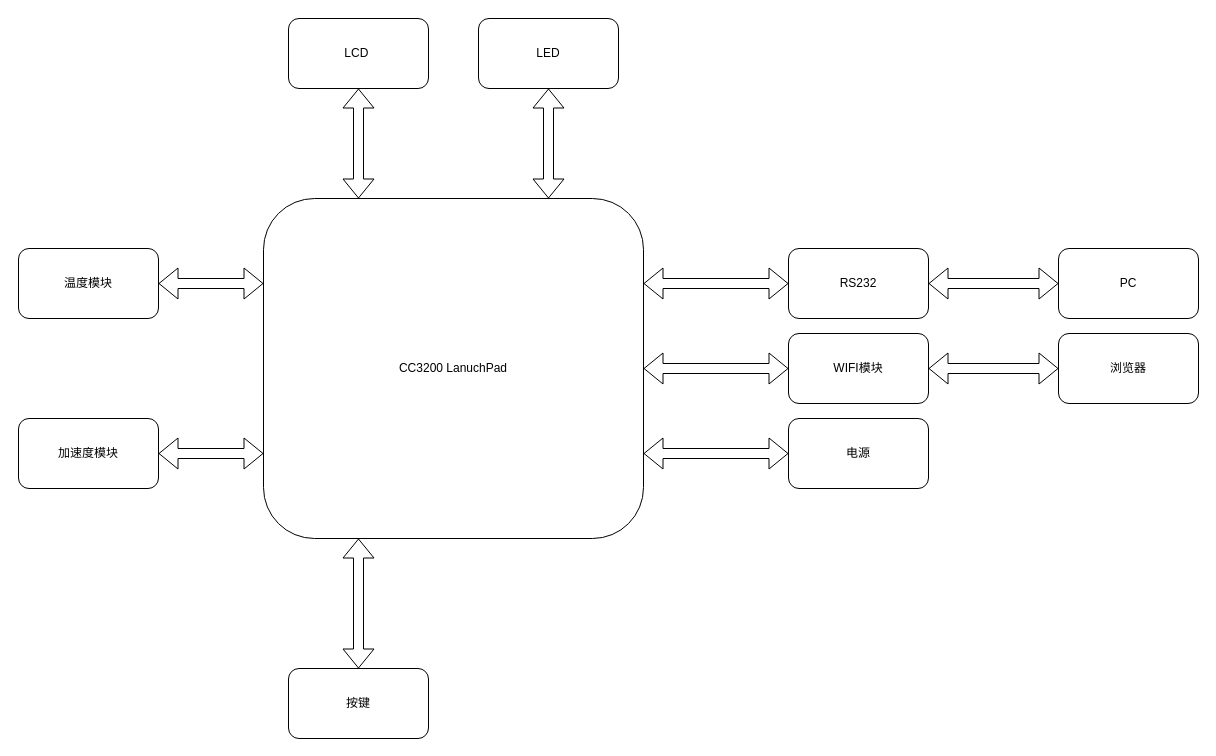
The draw.io diagram Untitled Diagram.drawio in nations-Xiong/image_bed, before the edit. Source tidied: cells renumbered, new cells numbered last; positions are measured from the earlier drawing's top-left corner, leaving out a move shared by most shapes. Both pictures are drawn from the tidied source at 100%, with x=0, y=0 at pixel (18, 18).
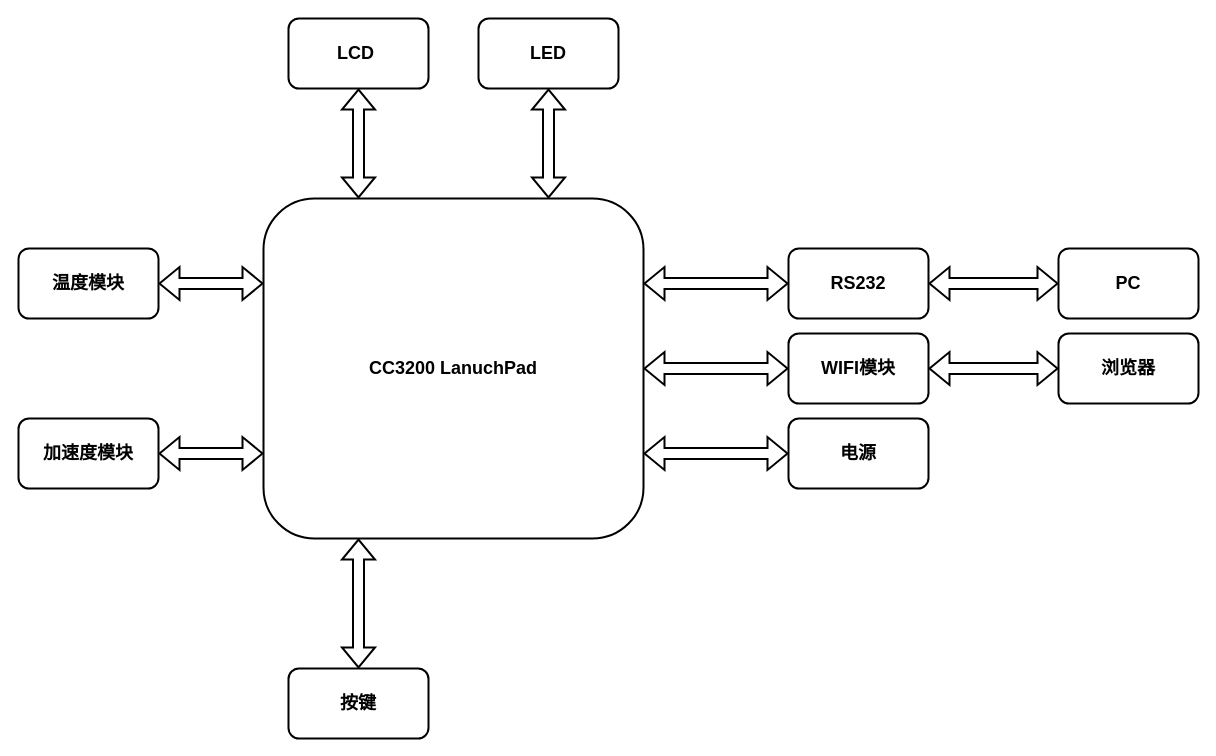
The same page after the edit.

The edit, as a diff of the source:
```diff
@@
-    <mxCell id="2" value="CC3200 LanuchPad" style="rounded=1;whiteSpace=wrap;html=1;direction=west;" parent="1" vertex="1">
+    <mxCell id="2" value="CC3200 LanuchPad" style="rounded=1;whiteSpace=wrap;html=1;direction=west;fontStyle=1;fontSize=18;strokeWidth=2;" parent="1" vertex="1">
       <mxGeometry x="245" y="180" width="380" height="340" as="geometry" />
     </mxCell>
-    <mxCell id="3" value="温度模块" style="rounded=1;whiteSpace=wrap;html=1;" parent="1" vertex="1">
+    <mxCell id="3" value="温度模块" style="rounded=1;whiteSpace=wrap;html=1;fontStyle=1;fontSize=18;strokeWidth=2;" parent="1" vertex="1">
       <mxGeometry y="230" width="140" height="70" as="geometry" />
     </mxCell>
-    <mxCell id="4" value="按键" style="rounded=1;whiteSpace=wrap;html=1;" parent="1" vertex="1">
+    <mxCell id="4" value="按键" style="rounded=1;whiteSpace=wrap;html=1;fontStyle=1;fontSize=18;strokeWidth=2;" parent="1" vertex="1">
       <mxGeometry x="270" y="650" width="140" height="70" as="geometry" />
     </mxCell>
-    <mxCell id="5" value="浏览器" style="rounded=1;whiteSpace=wrap;html=1;" parent="1" vertex="1">
+    <mxCell id="5" value="浏览器" style="rounded=1;whiteSpace=wrap;html=1;fontStyle=1;fontSize=18;strokeWidth=2;" parent="1" vertex="1">
       <mxGeometry x="1040" y="315" width="140" height="70" as="geometry" />
     </mxCell>
-    <mxCell id="6" value="电源" style="rounded=1;whiteSpace=wrap;html=1;" parent="1" vertex="1">
+    <mxCell id="6" value="电源" style="rounded=1;whiteSpace=wrap;html=1;fontStyle=1;fontSize=18;strokeWidth=2;" parent="1" vertex="1">
       <mxGeometry x="770" y="400" width="140" height="70" as="geometry" />
     </mxCell>
-    <mxCell id="7" style="shape=flexArrow;endArrow=classic;startArrow=classic;html=1;rounded=0;entryX=1;entryY=0.75;entryDx=0;entryDy=0;exitX=1;exitY=0.5;exitDx=0;exitDy=0;" parent="1" edge="1" source="3" target="2">
+    <mxCell id="7" style="shape=flexArrow;endArrow=classic;startArrow=classic;html=1;rounded=0;entryX=1;entryY=0.75;entryDx=0;entryDy=0;exitX=1;exitY=0.5;exitDx=0;exitDy=0;fontStyle=1;fontSize=18;strokeWidth=2;" parent="1" edge="1" source="3" target="2">
       <mxGeometry relative="1" as="geometry" />
     </mxCell>
-    <mxCell id="8" value="加速度模块" style="rounded=1;whiteSpace=wrap;html=1;" parent="1" vertex="1">
+    <mxCell id="8" value="加速度模块" style="rounded=1;whiteSpace=wrap;html=1;fontStyle=1;fontSize=18;strokeWidth=2;" parent="1" vertex="1">
       <mxGeometry y="400" width="140" height="70" as="geometry" />
     </mxCell>
-    <mxCell id="9" value="LCD&lt;span style=&quot;white-space: pre&quot;&gt; &lt;/span&gt;" style="rounded=1;whiteSpace=wrap;html=1;" parent="1" vertex="1">
+    <mxCell id="9" value="LCD&lt;span style=&quot;white-space: pre; font-size: 18px;&quot;&gt; &lt;/span&gt;" style="rounded=1;whiteSpace=wrap;html=1;fontStyle=1;fontSize=18;strokeWidth=2;" parent="1" vertex="1">
       <mxGeometry x="270" width="140" height="70" as="geometry" />
     </mxCell>
-    <mxCell id="10" value="LED" style="rounded=1;whiteSpace=wrap;html=1;" parent="1" vertex="1">
+    <mxCell id="10" value="LED" style="rounded=1;whiteSpace=wrap;html=1;fontStyle=1;fontSize=18;strokeWidth=2;" parent="1" vertex="1">
       <mxGeometry x="460" width="140" height="70" as="geometry" />
     </mxCell>
-    <mxCell id="11" value="RS232" style="rounded=1;whiteSpace=wrap;html=1;" parent="1" vertex="1">
+    <mxCell id="11" value="RS232" style="rounded=1;whiteSpace=wrap;html=1;fontStyle=1;fontSize=18;strokeWidth=2;" parent="1" vertex="1">
       <mxGeometry x="770" y="230" width="140" height="70" as="geometry" />
     </mxCell>
-    <mxCell id="12" value="PC" style="rounded=1;whiteSpace=wrap;html=1;" parent="1" vertex="1">
+    <mxCell id="12" value="PC" style="rounded=1;whiteSpace=wrap;html=1;fontStyle=1;fontSize=18;strokeWidth=2;" parent="1" vertex="1">
       <mxGeometry x="1040" y="230" width="140" height="70" as="geometry" />
     </mxCell>
-    <mxCell id="13" value="WIFI模块" style="rounded=1;whiteSpace=wrap;html=1;" parent="1" vertex="1">
+    <mxCell id="13" value="WIFI模块" style="rounded=1;whiteSpace=wrap;html=1;fontStyle=1;fontSize=18;strokeWidth=2;" parent="1" vertex="1">
       <mxGeometry x="770" y="315" width="140" height="70" as="geometry" />
     </mxCell>
-    <mxCell id="14" style="shape=flexArrow;endArrow=classic;startArrow=classic;html=1;rounded=0;exitX=1;exitY=0.5;exitDx=0;exitDy=0;entryX=1;entryY=0.25;entryDx=0;entryDy=0;" parent="1" edge="1" source="8" target="2">
+    <mxCell id="14" style="shape=flexArrow;endArrow=classic;startArrow=classic;html=1;rounded=0;exitX=1;exitY=0.5;exitDx=0;exitDy=0;entryX=1;entryY=0.25;entryDx=0;entryDy=0;fontStyle=1;fontSize=18;strokeWidth=2;" parent="1" edge="1" source="8" target="2">
       <mxGeometry relative="1" as="geometry" />
     </mxCell>
-    <mxCell id="15" style="shape=flexArrow;endArrow=classic;startArrow=classic;html=1;rounded=0;exitX=0.5;exitY=1;exitDx=0;exitDy=0;entryX=0.75;entryY=1;entryDx=0;entryDy=0;" parent="1" edge="1" source="9" target="2">
+    <mxCell id="15" style="shape=flexArrow;endArrow=classic;startArrow=classic;html=1;rounded=0;exitX=0.5;exitY=1;exitDx=0;exitDy=0;entryX=0.75;entryY=1;entryDx=0;entryDy=0;fontStyle=1;fontSize=18;strokeWidth=2;" parent="1" edge="1" source="9" target="2">
       <mxGeometry relative="1" as="geometry" />
     </mxCell>
-    <mxCell id="16" style="shape=flexArrow;endArrow=classic;startArrow=classic;html=1;rounded=0;exitX=0.5;exitY=1;exitDx=0;exitDy=0;entryX=0.25;entryY=1;entryDx=0;entryDy=0;" parent="1" edge="1" source="10" target="2">
+    <mxCell id="16" style="shape=flexArrow;endArrow=classic;startArrow=classic;html=1;rounded=0;exitX=0.5;exitY=1;exitDx=0;exitDy=0;entryX=0.25;entryY=1;entryDx=0;entryDy=0;fontStyle=1;fontSize=18;strokeWidth=2;" parent="1" edge="1" source="10" target="2">
       <mxGeometry relative="1" as="geometry" />
     </mxCell>
-    <mxCell id="17" style="shape=flexArrow;endArrow=classic;startArrow=classic;html=1;rounded=0;entryX=0;entryY=0.5;entryDx=0;entryDy=0;exitX=0;exitY=0.75;exitDx=0;exitDy=0;" parent="1" edge="1" source="2" target="11">
+    <mxCell id="17" style="shape=flexArrow;endArrow=classic;startArrow=classic;html=1;rounded=0;entryX=0;entryY=0.5;entryDx=0;entryDy=0;exitX=0;exitY=0.75;exitDx=0;exitDy=0;fontStyle=1;fontSize=18;strokeWidth=2;" parent="1" edge="1" source="2" target="11">
       <mxGeometry relative="1" as="geometry" />
     </mxCell>
-    <mxCell id="18" style="shape=flexArrow;endArrow=classic;startArrow=classic;html=1;rounded=0;entryX=0;entryY=0.5;entryDx=0;entryDy=0;exitX=0;exitY=0.5;exitDx=0;exitDy=0;" parent="1" edge="1" source="2" target="13">
+    <mxCell id="18" style="shape=flexArrow;endArrow=classic;startArrow=classic;html=1;rounded=0;entryX=0;entryY=0.5;entryDx=0;entryDy=0;exitX=0;exitY=0.5;exitDx=0;exitDy=0;fontStyle=1;fontSize=18;strokeWidth=2;" parent="1" edge="1" source="2" target="13">
       <mxGeometry relative="1" as="geometry" />
     </mxCell>
-    <mxCell id="19" style="shape=flexArrow;endArrow=classic;startArrow=classic;html=1;rounded=0;exitX=0;exitY=0.5;exitDx=0;exitDy=0;entryX=1;entryY=0.5;entryDx=0;entryDy=0;" parent="1" edge="1" source="5" target="13">
+    <mxCell id="19" style="shape=flexArrow;endArrow=classic;startArrow=classic;html=1;rounded=0;exitX=0;exitY=0.5;exitDx=0;exitDy=0;entryX=1;entryY=0.5;entryDx=0;entryDy=0;fontStyle=1;fontSize=18;strokeWidth=2;" parent="1" edge="1" source="5" target="13">
       <mxGeometry relative="1" as="geometry" />
     </mxCell>
-    <mxCell id="20" style="shape=flexArrow;endArrow=classic;startArrow=classic;html=1;rounded=0;exitX=0.5;exitY=0;exitDx=0;exitDy=0;entryX=0.75;entryY=0;entryDx=0;entryDy=0;" parent="1" edge="1" source="4" target="2">
+    <mxCell id="20" style="shape=flexArrow;endArrow=classic;startArrow=classic;html=1;rounded=0;exitX=0.5;exitY=0;exitDx=0;exitDy=0;entryX=0.75;entryY=0;entryDx=0;entryDy=0;fontStyle=1;fontSize=18;strokeWidth=2;" parent="1" edge="1" source="4" target="2">
       <mxGeometry relative="1" as="geometry" />
     </mxCell>
-    <mxCell id="21" style="shape=flexArrow;endArrow=classic;startArrow=classic;html=1;rounded=0;exitX=0;exitY=0.5;exitDx=0;exitDy=0;entryX=0;entryY=0.25;entryDx=0;entryDy=0;" parent="1" edge="1" source="6" target="2">
+    <mxCell id="21" style="shape=flexArrow;endArrow=classic;startArrow=classic;html=1;rounded=0;exitX=0;exitY=0.5;exitDx=0;exitDy=0;entryX=0;entryY=0.25;entryDx=0;entryDy=0;fontStyle=1;fontSize=18;strokeWidth=2;" parent="1" edge="1" source="6" target="2">
       <mxGeometry relative="1" as="geometry" />
     </mxCell>
-    <mxCell id="22" style="shape=flexArrow;endArrow=classic;startArrow=classic;html=1;rounded=0;entryX=0;entryY=0.5;entryDx=0;entryDy=0;" parent="1" edge="1" source="11" target="12">
+    <mxCell id="22" style="shape=flexArrow;endArrow=classic;startArrow=classic;html=1;rounded=0;entryX=0;entryY=0.5;entryDx=0;entryDy=0;fontStyle=1;fontSize=18;strokeWidth=2;" parent="1" edge="1" source="11" target="12">
       <mxGeometry relative="1" as="geometry" />
     </mxCell>
```
